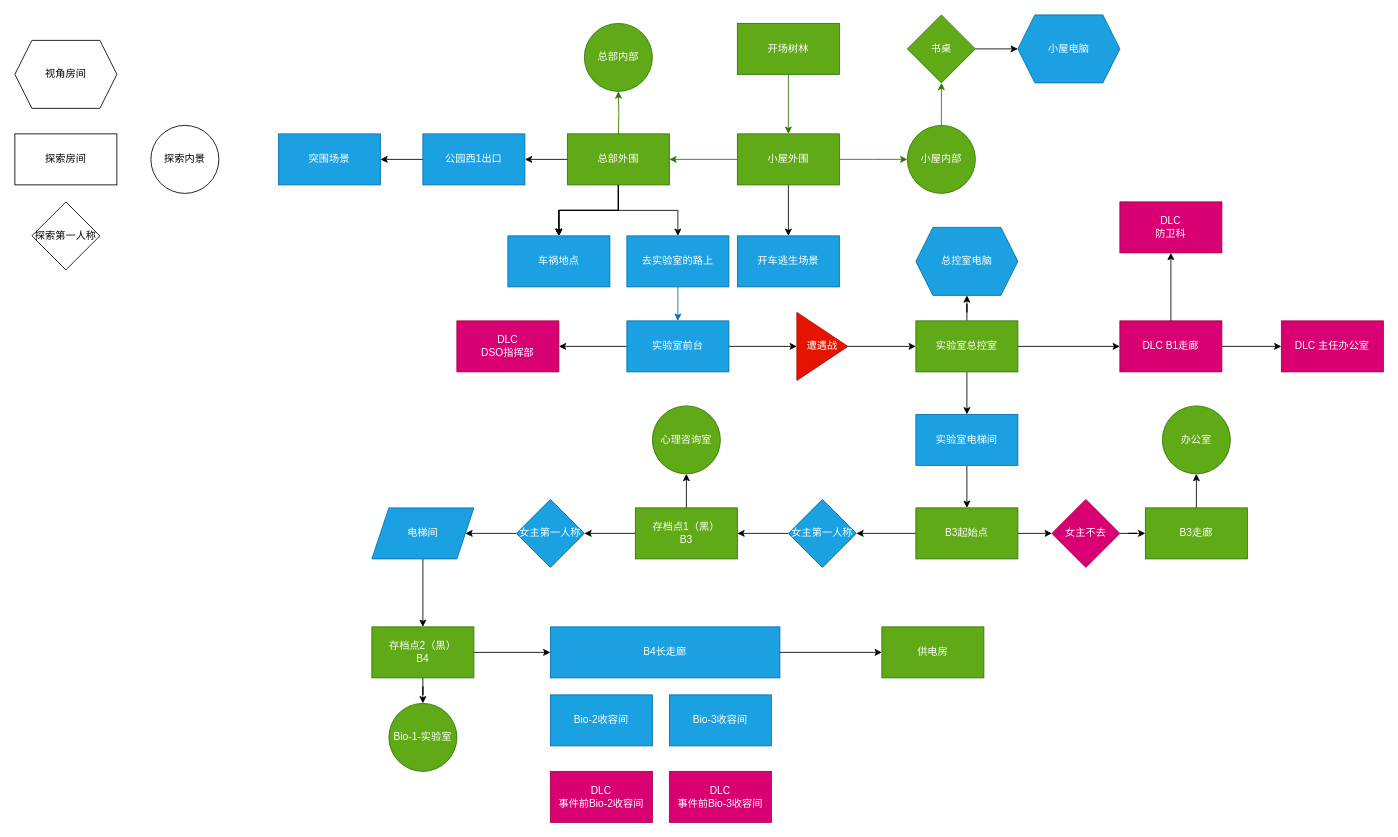
Before: DUC2_map.drawio in Bayice/CUHKSZ-CSC4005, a draw.io diagram. Source tidied: cells renumbered, new cells numbered last; positions are measured from the earlier drawing's top-left corner, leaving out a move shared by most shapes. Both pictures are drawn from the tidied source at 85%, with x=0, y=0 at pixel (14, 14).
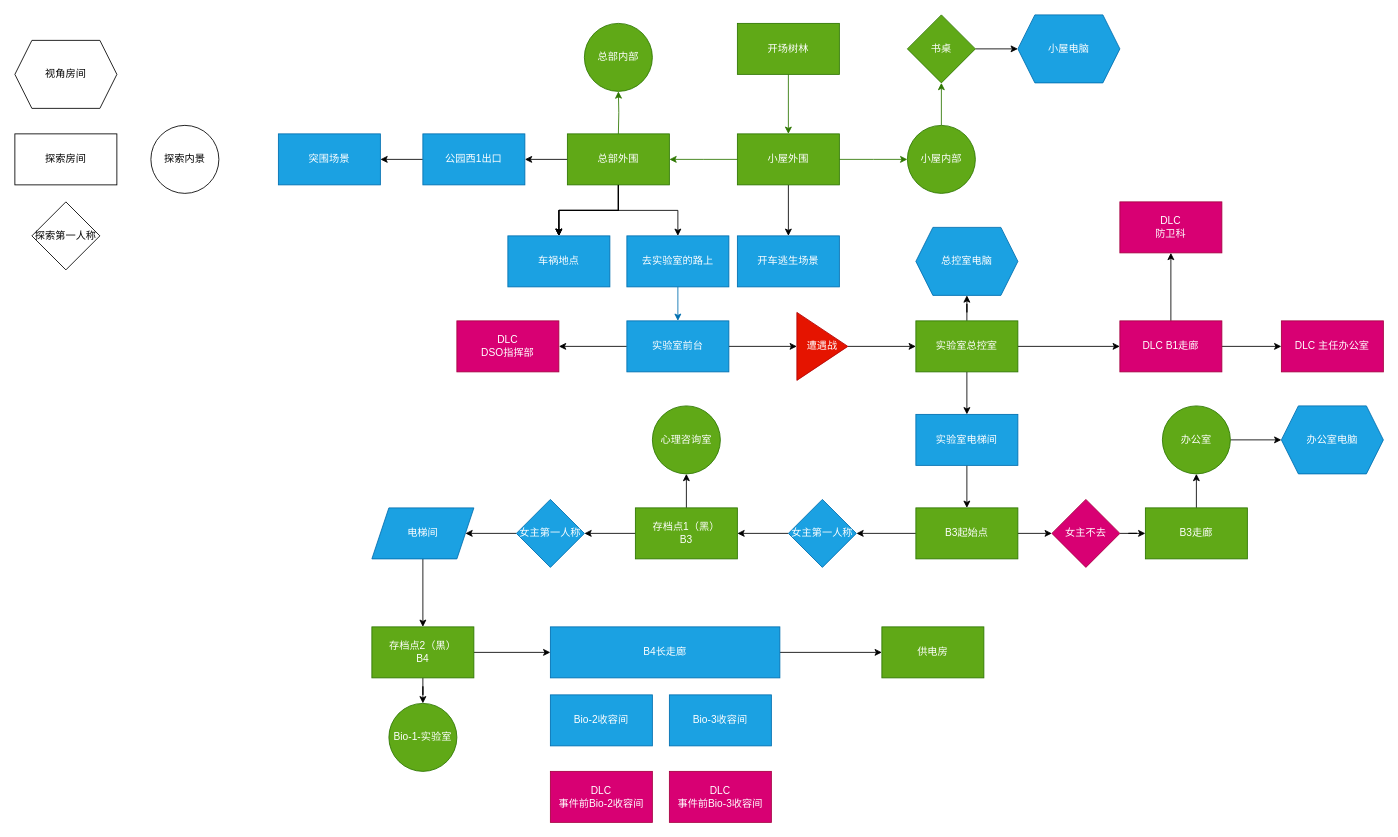
The same diagram, later.

Unchanged cells that the change refers to:
```xml
<mxCell id="66" value="办公室" style="ellipse;whiteSpace=wrap;html=1;fillColor=#60a917;strokeColor=#2D7600;fontColor=#ffffff;rounded=0;" parent="1" vertex="1">
  <mxGeometry x="1350" y="460" width="80" height="80" as="geometry" />
</mxCell>
```

The edit, as a diff of the source:
```diff
@@
+    <mxCell id="80" style="edgeStyle=orthogonalEdgeStyle;rounded=0;jettySize=auto;html=1;" parent="1" edge="1" source="66" target="81">
+      <mxGeometry relative="1" as="geometry" />
+    </mxCell>
@@
+    <mxCell id="81" value="办公室电脑" style="shape=hexagon;perimeter=hexagonPerimeter2;whiteSpace=wrap;html=1;fixedSize=1;fillColor=#1ba1e2;strokeColor=#006EAF;fontColor=#ffffff;rounded=0;" parent="1" vertex="1">
+      <mxGeometry x="1490" y="460" width="120" height="80" as="geometry" />
+    </mxCell>
```
